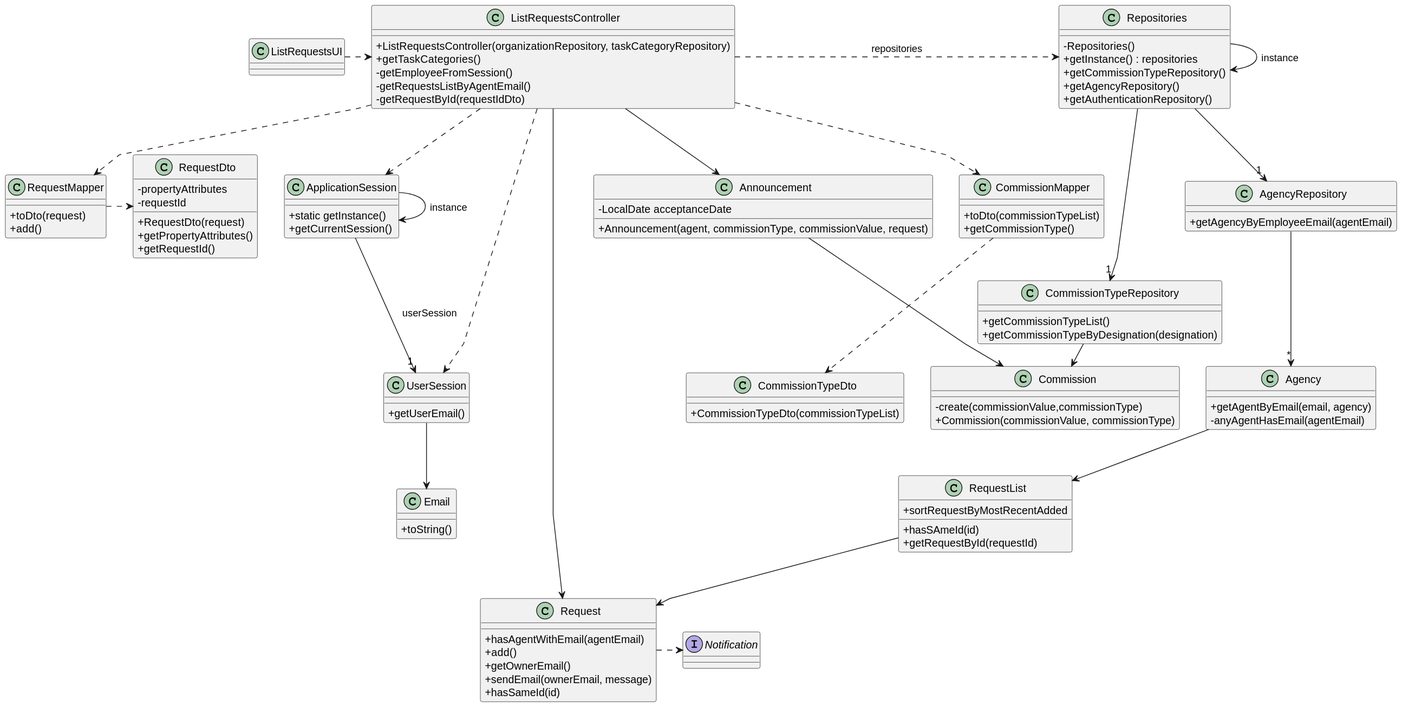
rita-barbosa/LAPR2-2223 keeps this PlantUML diagram as docs/sprintC/us008/03.design/svg/us008-class-diagram.svg. Above is the earlier version.
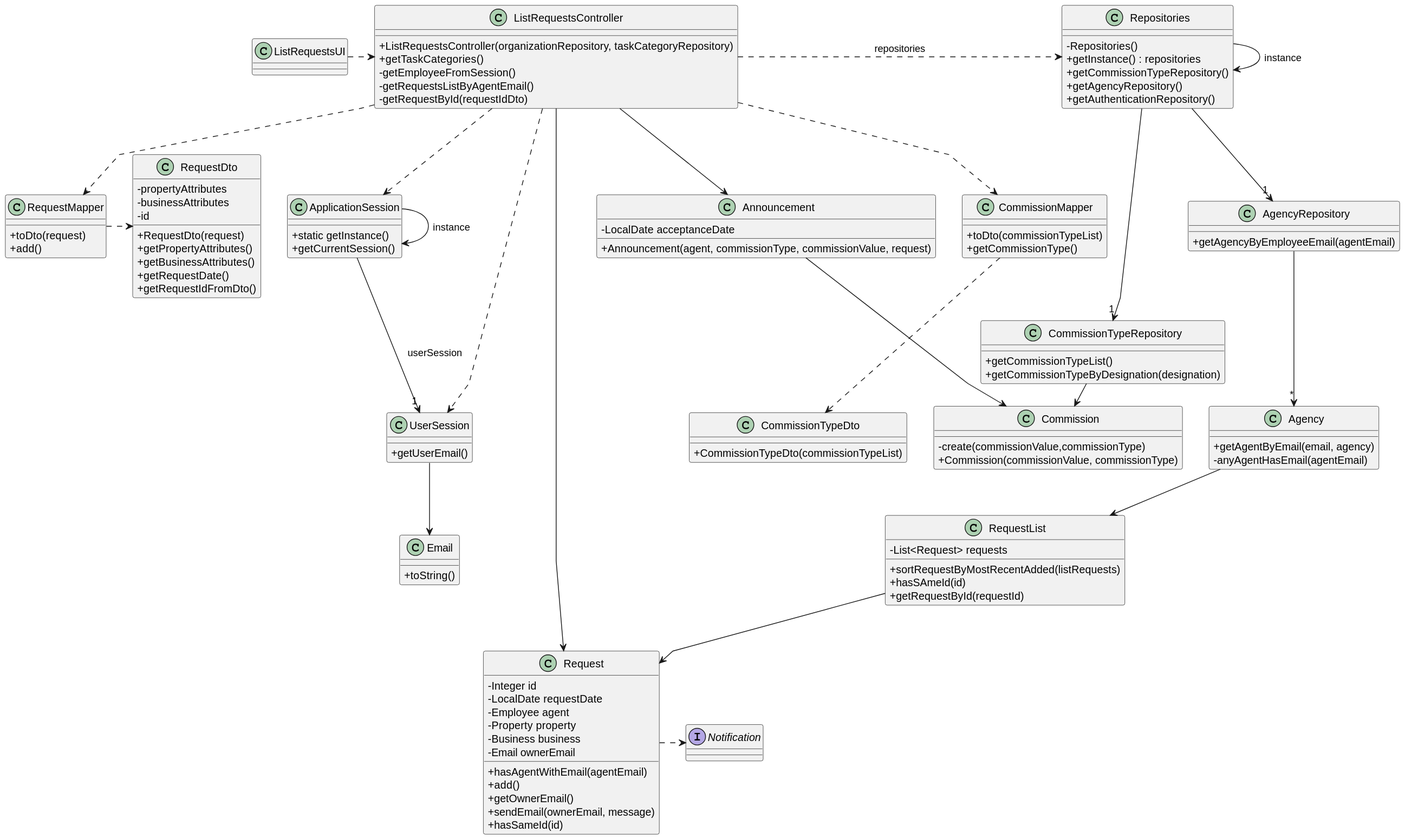
Later version of the same file.

Commit message:
Update Class Diagram + SVG [US008][Design]

Change to the diagram source:
```diff
@@ -65,6 +65,13 @@
 }
 
 class Request{
+-Integer id
+-LocalDate requestDate
+-Employee agent
+-Property property
+-Business business
+-Email ownerEmail
+
 +hasAgentWithEmail(agentEmail)
 +add()
 +getOwnerEmail()
@@ -73,7 +80,9 @@
 }
 
 class RequestList{
-+sortRequestByMostRecentAdded
+-List<Request> requests
+
++sortRequestByMostRecentAdded(listRequests)
 +hasSAmeId(id)
 +getRequestById(requestId)
 }
@@ -85,11 +94,14 @@
 
 class RequestDto{
 -propertyAttributes
--requestId
+-businessAttributes
+-id
 
 +RequestDto(request)
 +getPropertyAttributes()
-+getRequestId()
++getBusinessAttributes()
++getRequestDate()
++getRequestIdFromDto()
 }
 
 interface Notification{
```
